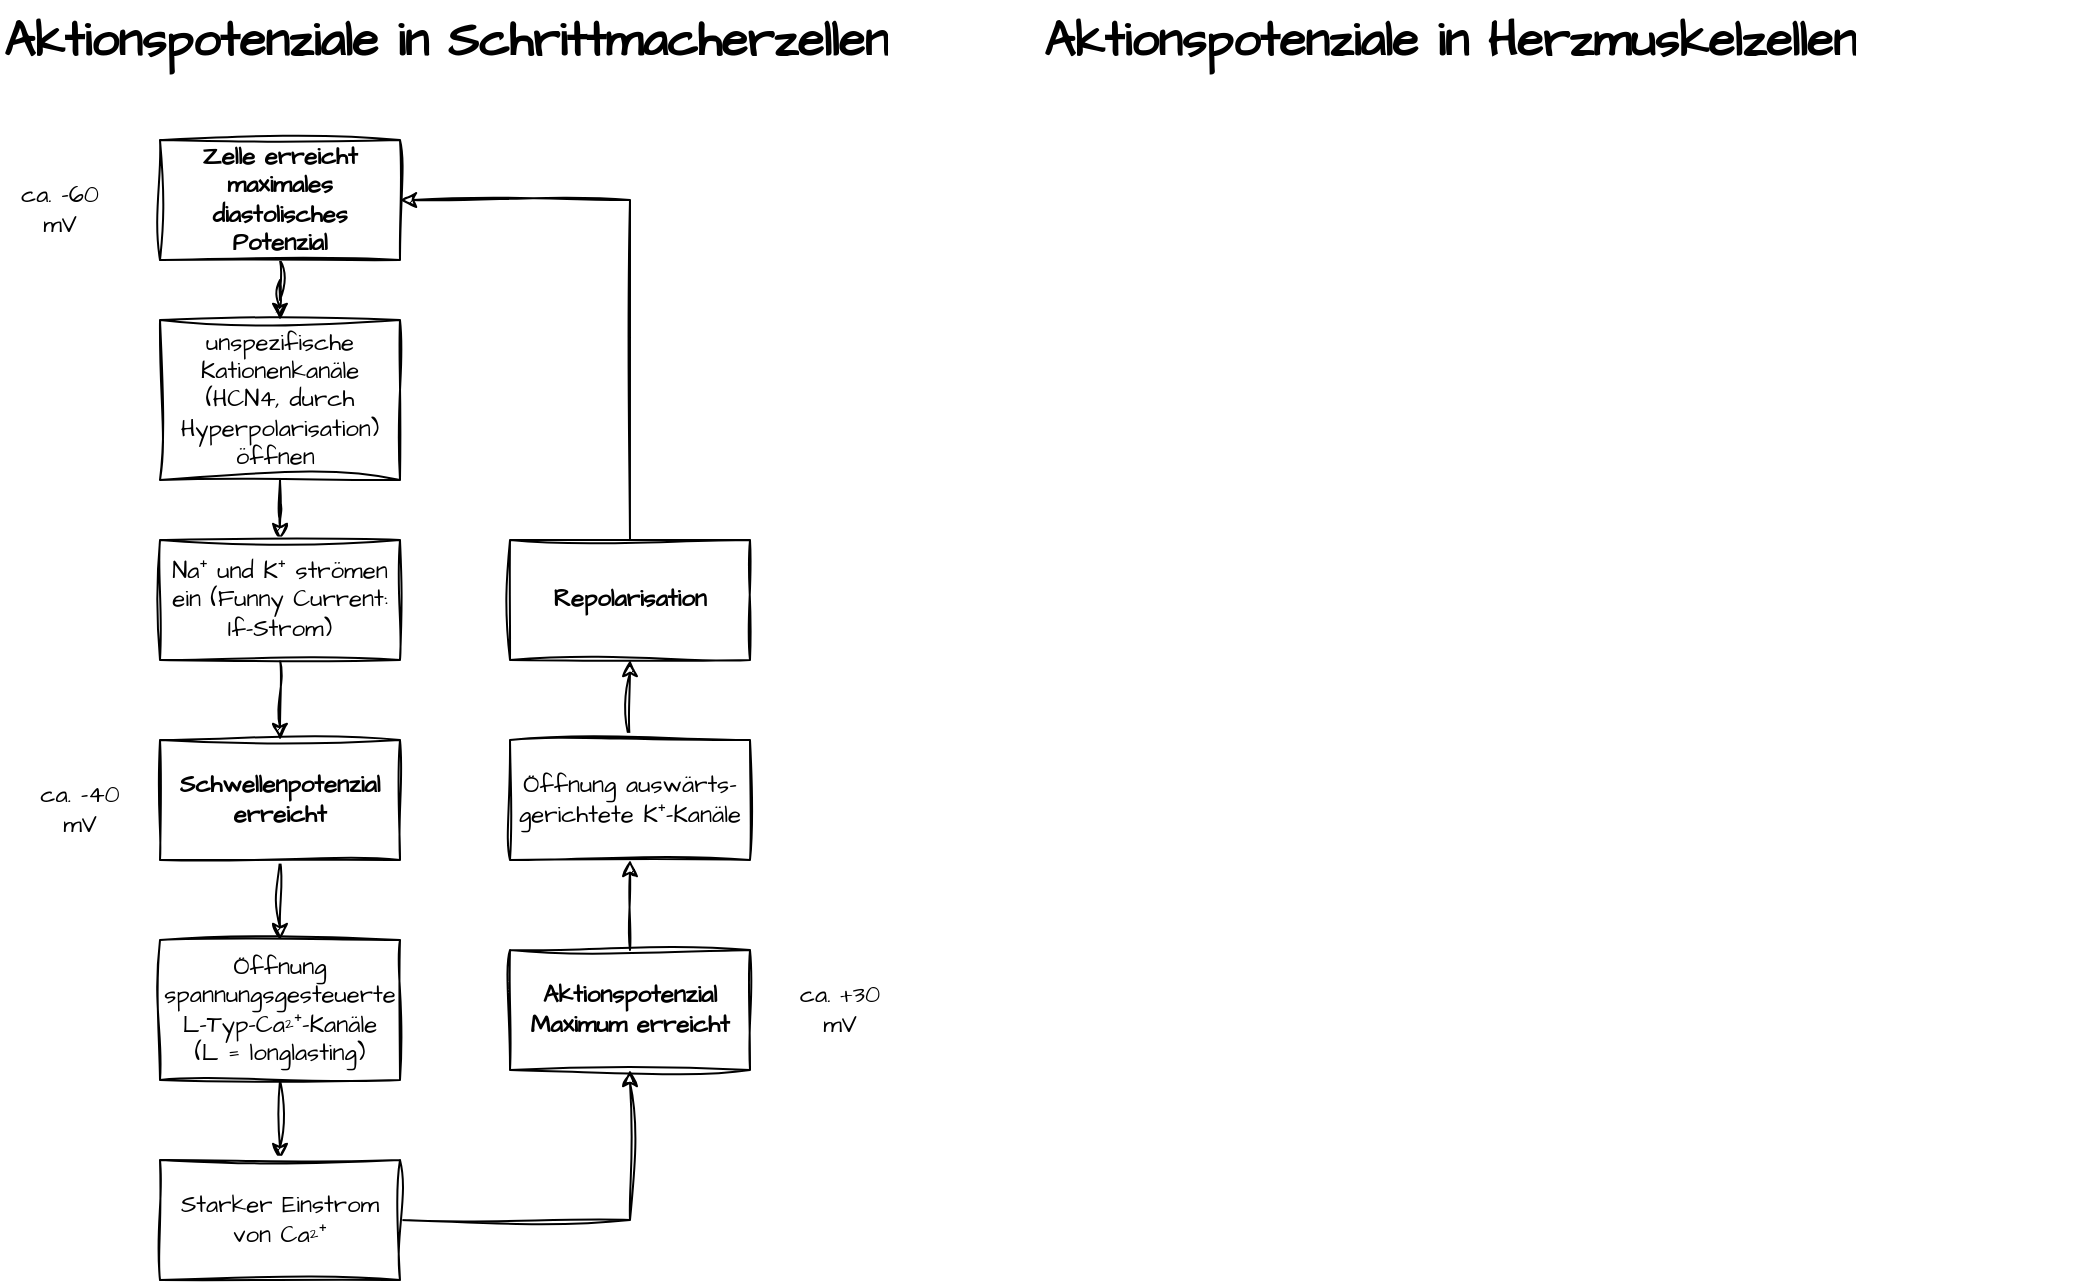
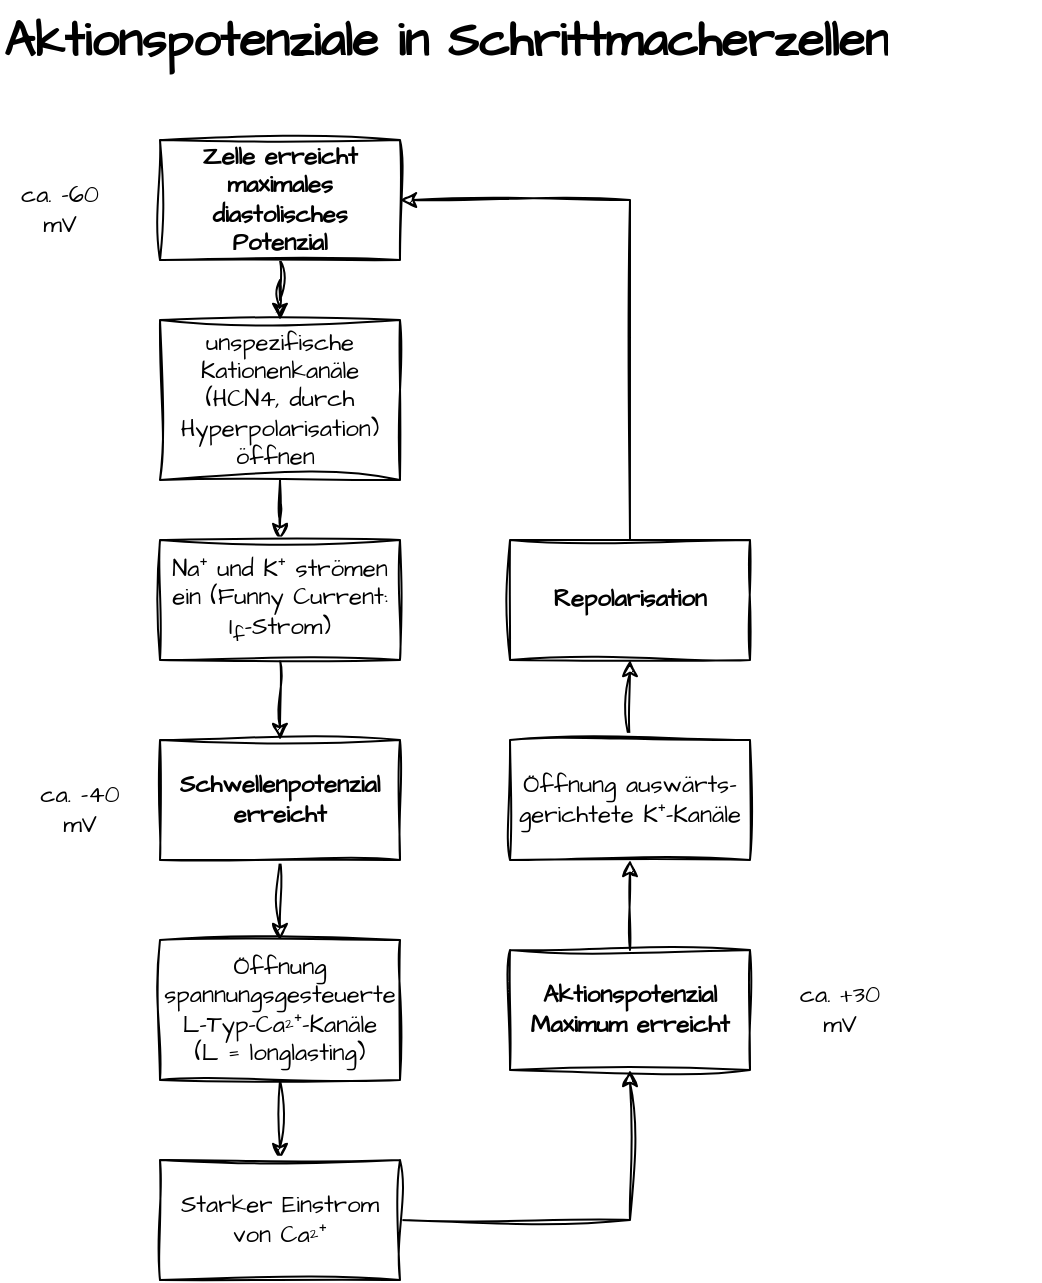
- <mxfile host="app.diagrams.net">
+ <mxfile host="app.diagrams.net" pages="2">
  <diagram name="Schrittmacherzellen" id="J2O2VLIk1TTmUUXB8McG">
-     <mxGraphModel dx="1372" dy="834" grid="1" gridSize="10" guides="1" tooltips="1" connect="1" arrows="1" fold="1" page="1" pageScale="1" pageWidth="1169" pageHeight="827" math="0" shadow="0">
+     <mxGraphModel dx="2332" dy="1418" grid="1" gridSize="10" guides="1" tooltips="1" connect="1" arrows="1" fold="1" page="1" pageScale="1" pageWidth="1169" pageHeight="827" math="0" shadow="0">
      <root>
        <mxCell id="0" />
        <mxCell id="1" parent="0" />
        <mxCell id="u8z77GUm19_cF35wcTu8-1" parent="1" style="text;html=1;whiteSpace=wrap;overflow=hidden;rounded=0;fontFamily=Architects Daughter;fontSource=https%3A%2F%2Ffonts.googleapis.com%2Fcss%3Ffamily%3DArchitects%2BDaughter;" value="&lt;h1 style=&quot;margin-top: 0px;&quot;&gt;Aktionspotenziale in Schrittmacherzellen&lt;/h1&gt;" vertex="1">
          <mxGeometry height="50" width="520" x="40" y="40" as="geometry" />
        </mxCell>
        <mxCell id="u8z77GUm19_cF35wcTu8-22" edge="1" parent="1" source="u8z77GUm19_cF35wcTu8-19" style="edgeStyle=orthogonalEdgeStyle;rounded=0;sketch=1;hachureGap=4;jiggle=2;curveFitting=1;orthogonalLoop=1;jettySize=auto;html=1;fontFamily=Architects Daughter;fontSource=https%3A%2F%2Ffonts.googleapis.com%2Fcss%3Ffamily%3DArchitects%2BDaughter;" target="u8z77GUm19_cF35wcTu8-20">
          <mxGeometry relative="1" as="geometry" />
        </mxCell>
        <mxCell id="u8z77GUm19_cF35wcTu8-19" parent="1" style="whiteSpace=wrap;html=1;sketch=1;hachureGap=4;jiggle=2;curveFitting=1;fontFamily=Architects Daughter;fontSource=https%3A%2F%2Ffonts.googleapis.com%2Fcss%3Ffamily%3DArchitects%2BDaughter;fontStyle=1" value="Zelle erreicht maximales diastolisches Potenzial" vertex="1">
          <mxGeometry height="60" width="120" x="120" y="110" as="geometry" />
        </mxCell>
        <mxCell id="u8z77GUm19_cF35wcTu8-23" edge="1" parent="1" source="u8z77GUm19_cF35wcTu8-20" style="edgeStyle=orthogonalEdgeStyle;rounded=0;sketch=1;hachureGap=4;jiggle=2;curveFitting=1;orthogonalLoop=1;jettySize=auto;html=1;fontFamily=Architects Daughter;fontSource=https%3A%2F%2Ffonts.googleapis.com%2Fcss%3Ffamily%3DArchitects%2BDaughter;" target="u8z77GUm19_cF35wcTu8-21">
          <mxGeometry relative="1" as="geometry" />
        </mxCell>
        <mxCell id="u8z77GUm19_cF35wcTu8-20" parent="1" style="whiteSpace=wrap;html=1;sketch=1;hachureGap=4;jiggle=2;curveFitting=1;fontFamily=Architects Daughter;fontSource=https%3A%2F%2Ffonts.googleapis.com%2Fcss%3Ffamily%3DArchitects%2BDaughter;" value="unspezifische Kationenkanäle (HCN4, durch Hyperpolarisation) öffnen&amp;nbsp;" vertex="1">
          <mxGeometry height="80" width="120" x="120" y="200" as="geometry" />
        </mxCell>
        <mxCell id="u8z77GUm19_cF35wcTu8-25" edge="1" parent="1" source="u8z77GUm19_cF35wcTu8-21" style="edgeStyle=orthogonalEdgeStyle;rounded=0;sketch=1;hachureGap=4;jiggle=2;curveFitting=1;orthogonalLoop=1;jettySize=auto;html=1;fontFamily=Architects Daughter;fontSource=https%3A%2F%2Ffonts.googleapis.com%2Fcss%3Ffamily%3DArchitects%2BDaughter;" target="u8z77GUm19_cF35wcTu8-24">
          <mxGeometry relative="1" as="geometry" />
        </mxCell>
-         <mxCell id="u8z77GUm19_cF35wcTu8-21" parent="1" style="whiteSpace=wrap;html=1;sketch=1;hachureGap=4;jiggle=2;curveFitting=1;fontFamily=Architects Daughter;fontSource=https%3A%2F%2Ffonts.googleapis.com%2Fcss%3Ffamily%3DArchitects%2BDaughter;" value="Na⁺ und K⁺ strömen ein (Funny Current: If-Strom)" vertex="1">
+         <mxCell id="u8z77GUm19_cF35wcTu8-21" parent="1" style="whiteSpace=wrap;html=1;sketch=1;hachureGap=4;jiggle=2;curveFitting=1;fontFamily=Architects Daughter;fontSource=https%3A%2F%2Ffonts.googleapis.com%2Fcss%3Ffamily%3DArchitects%2BDaughter;" value="Na⁺ und K⁺ strömen ein (Funny Current: I&lt;sub&gt;f&lt;/sub&gt;-Strom)" vertex="1">
          <mxGeometry height="60" width="120" x="120" y="310" as="geometry" />
        </mxCell>
        <mxCell id="u8z77GUm19_cF35wcTu8-27" edge="1" parent="1" source="u8z77GUm19_cF35wcTu8-24" style="edgeStyle=orthogonalEdgeStyle;rounded=0;sketch=1;hachureGap=4;jiggle=2;curveFitting=1;orthogonalLoop=1;jettySize=auto;html=1;entryX=0.5;entryY=0;entryDx=0;entryDy=0;fontFamily=Architects Daughter;fontSource=https%3A%2F%2Ffonts.googleapis.com%2Fcss%3Ffamily%3DArchitects%2BDaughter;" target="u8z77GUm19_cF35wcTu8-26">
          <mxGeometry relative="1" as="geometry" />
        </mxCell>
        <mxCell id="u8z77GUm19_cF35wcTu8-24" parent="1" style="whiteSpace=wrap;html=1;sketch=1;hachureGap=4;jiggle=2;curveFitting=1;fontFamily=Architects Daughter;fontSource=https://fonts.googleapis.com/css?family=Architects+Daughter;fontStyle=1" value="Schwellenpotenzial erreicht" vertex="1">
          <mxGeometry height="60" width="120" x="120" y="410" as="geometry" />
        </mxCell>
        <mxCell id="u8z77GUm19_cF35wcTu8-29" edge="1" parent="1" source="u8z77GUm19_cF35wcTu8-26" style="edgeStyle=orthogonalEdgeStyle;rounded=0;sketch=1;hachureGap=4;jiggle=2;curveFitting=1;orthogonalLoop=1;jettySize=auto;html=1;fontFamily=Architects Daughter;fontSource=https%3A%2F%2Ffonts.googleapis.com%2Fcss%3Ffamily%3DArchitects%2BDaughter;" target="u8z77GUm19_cF35wcTu8-28">
          <mxGeometry relative="1" as="geometry" />
        </mxCell>
        <mxCell id="u8z77GUm19_cF35wcTu8-26" parent="1" style="whiteSpace=wrap;html=1;sketch=1;hachureGap=4;jiggle=2;curveFitting=1;fontFamily=Architects Daughter;fontSource=https%3A%2F%2Ffonts.googleapis.com%2Fcss%3Ffamily%3DArchitects%2BDaughter;" value="Öffnung spannungsgesteuerte L-Typ-Ca²⁺-Kanäle&lt;br&gt;(L = longlasting)" vertex="1">
          <mxGeometry height="70" width="120" x="120" y="510" as="geometry" />
        </mxCell>
        <mxCell id="u8z77GUm19_cF35wcTu8-31" edge="1" parent="1" source="u8z77GUm19_cF35wcTu8-28" style="edgeStyle=orthogonalEdgeStyle;rounded=0;sketch=1;hachureGap=4;jiggle=2;curveFitting=1;orthogonalLoop=1;jettySize=auto;html=1;entryX=0.5;entryY=1;entryDx=0;entryDy=0;fontFamily=Architects Daughter;fontSource=https%3A%2F%2Ffonts.googleapis.com%2Fcss%3Ffamily%3DArchitects%2BDaughter;" target="u8z77GUm19_cF35wcTu8-30">
          <mxGeometry relative="1" as="geometry" />
        </mxCell>
        <mxCell id="u8z77GUm19_cF35wcTu8-28" parent="1" style="whiteSpace=wrap;html=1;sketch=1;hachureGap=4;jiggle=2;curveFitting=1;fontFamily=Architects Daughter;fontSource=https%3A%2F%2Ffonts.googleapis.com%2Fcss%3Ffamily%3DArchitects%2BDaughter;" value="Starker Einstrom von Ca²⁺" vertex="1">
          <mxGeometry height="60" width="120" x="120" y="620" as="geometry" />
        </mxCell>
        <mxCell id="u8z77GUm19_cF35wcTu8-33" edge="1" parent="1" source="u8z77GUm19_cF35wcTu8-30" style="edgeStyle=orthogonalEdgeStyle;rounded=0;sketch=1;hachureGap=4;jiggle=2;curveFitting=1;orthogonalLoop=1;jettySize=auto;html=1;fontFamily=Architects Daughter;fontSource=https%3A%2F%2Ffonts.googleapis.com%2Fcss%3Ffamily%3DArchitects%2BDaughter;" target="u8z77GUm19_cF35wcTu8-32">
          <mxGeometry relative="1" as="geometry" />
        </mxCell>
        <mxCell id="u8z77GUm19_cF35wcTu8-30" parent="1" style="whiteSpace=wrap;html=1;sketch=1;hachureGap=4;jiggle=2;curveFitting=1;fontFamily=Architects Daughter;fontSource=https%3A%2F%2Ffonts.googleapis.com%2Fcss%3Ffamily%3DArchitects%2BDaughter;fontStyle=1" value="Aktionspotenzial Maximum erreicht" vertex="1">
          <mxGeometry height="60" width="120" x="295" y="515" as="geometry" />
        </mxCell>
        <mxCell id="u8z77GUm19_cF35wcTu8-35" edge="1" parent="1" source="u8z77GUm19_cF35wcTu8-32" style="edgeStyle=orthogonalEdgeStyle;rounded=0;sketch=1;hachureGap=4;jiggle=2;curveFitting=1;orthogonalLoop=1;jettySize=auto;html=1;fontFamily=Architects Daughter;fontSource=https%3A%2F%2Ffonts.googleapis.com%2Fcss%3Ffamily%3DArchitects%2BDaughter;" target="u8z77GUm19_cF35wcTu8-34">
          <mxGeometry relative="1" as="geometry" />
        </mxCell>
        <mxCell id="u8z77GUm19_cF35wcTu8-32" parent="1" style="whiteSpace=wrap;html=1;sketch=1;hachureGap=4;jiggle=2;curveFitting=1;fontFamily=Architects Daughter;fontSource=https%3A%2F%2Ffonts.googleapis.com%2Fcss%3Ffamily%3DArchitects%2BDaughter;" value="Öffnung auswärts-gerichtete K⁺-Kanäle" vertex="1">
          <mxGeometry height="60" width="120" x="295" y="410" as="geometry" />
        </mxCell>
        <mxCell id="u8z77GUm19_cF35wcTu8-36" edge="1" parent="1" source="u8z77GUm19_cF35wcTu8-34" style="edgeStyle=orthogonalEdgeStyle;rounded=0;sketch=1;hachureGap=4;jiggle=2;curveFitting=1;orthogonalLoop=1;jettySize=auto;html=1;entryX=1;entryY=0.5;entryDx=0;entryDy=0;fontFamily=Architects Daughter;fontSource=https%3A%2F%2Ffonts.googleapis.com%2Fcss%3Ffamily%3DArchitects%2BDaughter;exitX=0.5;exitY=0;exitDx=0;exitDy=0;" target="u8z77GUm19_cF35wcTu8-19">
          <mxGeometry relative="1" as="geometry" />
        </mxCell>
        <mxCell id="u8z77GUm19_cF35wcTu8-34" parent="1" style="whiteSpace=wrap;html=1;sketch=1;hachureGap=4;jiggle=2;curveFitting=1;fontFamily=Architects Daughter;fontSource=https%3A%2F%2Ffonts.googleapis.com%2Fcss%3Ffamily%3DArchitects%2BDaughter;fontStyle=1" value="Repolarisation" vertex="1">
          <mxGeometry height="60" width="120" x="295" y="310" as="geometry" />
        </mxCell>
        <mxCell id="u8z77GUm19_cF35wcTu8-4" parent="1" style="text;html=1;whiteSpace=wrap;strokeColor=none;fillColor=none;align=center;verticalAlign=middle;rounded=0;fontFamily=Architects Daughter;fontSource=https%3A%2F%2Ffonts.googleapis.com%2Fcss%3Ffamily%3DArchitects%2BDaughter;" value="ca. -60 mV" vertex="1">
          <mxGeometry height="30" width="60" x="40" y="130" as="geometry" />
        </mxCell>
        <mxCell id="u8z77GUm19_cF35wcTu8-7" parent="1" style="text;html=1;whiteSpace=wrap;strokeColor=none;fillColor=none;align=center;verticalAlign=middle;rounded=0;fontFamily=Architects Daughter;fontSource=https://fonts.googleapis.com/css?family=Architects+Daughter;" value="ca. -40 mV" vertex="1">
          <mxGeometry height="30" width="60" x="50" y="430" as="geometry" />
        </mxCell>
        <mxCell id="u8z77GUm19_cF35wcTu8-9" parent="1" style="text;html=1;whiteSpace=wrap;strokeColor=none;fillColor=none;align=center;verticalAlign=middle;rounded=0;fontFamily=Architects Daughter;fontSource=https://fonts.googleapis.com/css?family=Architects+Daughter;" value="ca. +30 mV" vertex="1">
          <mxGeometry height="30" width="60" x="430" y="530" as="geometry" />
        </mxCell>
-         <mxCell id="u8z77GUm19_cF35wcTu8-37" parent="1" style="text;html=1;whiteSpace=wrap;overflow=hidden;rounded=0;fontFamily=Architects Daughter;fontSource=https://fonts.googleapis.com/css?family=Architects+Daughter;" value="&lt;h1 style=&quot;margin-top: 0px;&quot;&gt;Aktionspotenziale in Herzmuskelzellen&lt;/h1&gt;" vertex="1">
-           <mxGeometry height="50" width="520" x="560" y="40" as="geometry" />
+       </root>
+     </mxGraphModel>
+   </diagram>
+   <diagram id="aWMW_7HKWDfy2Z9V-LdU" name="Seite-2">
+     <mxGraphModel dx="699" dy="434" grid="1" gridSize="10" guides="1" tooltips="1" connect="1" arrows="1" fold="1" page="1" pageScale="1" pageWidth="827" pageHeight="1169" math="0" shadow="0">
+       <root>
+         <mxCell id="0" />
+         <mxCell id="1" parent="0" />
+         <mxCell id="bfsqd2J05vb6rdniz-U5-1" parent="1" style="text;html=1;whiteSpace=wrap;overflow=hidden;rounded=0;fontFamily=Architects Daughter;fontSource=https://fonts.googleapis.com/css?family=Architects+Daughter;" value="&lt;h1 style=&quot;margin-top: 0px;&quot;&gt;Aktionspotenziale in Herzmuskelzellen&lt;/h1&gt;" vertex="1">
+           <mxGeometry height="50" width="520" x="136" y="30" as="geometry" />
+         </mxCell>
+         <mxCell id="bfsqd2J05vb6rdniz-U5-2" edge="1" parent="1" source="bfsqd2J05vb6rdniz-U5-3" style="edgeStyle=orthogonalEdgeStyle;rounded=0;sketch=1;hachureGap=4;jiggle=2;curveFitting=1;orthogonalLoop=1;jettySize=auto;html=1;fontFamily=Architects Daughter;fontSource=https://fonts.googleapis.com/css?family=Architects+Daughter;" target="bfsqd2J05vb6rdniz-U5-6">
+           <mxGeometry relative="1" as="geometry" />
+         </mxCell>
+         <mxCell id="bfsqd2J05vb6rdniz-U5-3" parent="1" style="whiteSpace=wrap;html=1;sketch=1;hachureGap=4;jiggle=2;curveFitting=1;fontFamily=Architects Daughter;fontSource=https://fonts.googleapis.com/css?family=Architects+Daughter;fontStyle=1" value="Zelle hat&lt;br&gt;Ruhepotenzial" vertex="1">
+           <mxGeometry height="60" width="120" x="206" y="95" as="geometry" />
+         </mxCell>
+         <mxCell id="bfsqd2J05vb6rdniz-U5-4" parent="1" style="text;html=1;whiteSpace=wrap;strokeColor=none;fillColor=none;align=center;verticalAlign=middle;rounded=0;fontFamily=Architects Daughter;fontSource=https://fonts.googleapis.com/css?family=Architects+Daughter;" value="ca. -80 mV" vertex="1">
+           <mxGeometry height="30" width="60" x="136" y="110" as="geometry" />
+         </mxCell>
+         <mxCell id="bfsqd2J05vb6rdniz-U5-5" edge="1" parent="1" source="bfsqd2J05vb6rdniz-U5-6" style="edgeStyle=orthogonalEdgeStyle;rounded=0;sketch=1;hachureGap=4;jiggle=2;curveFitting=1;orthogonalLoop=1;jettySize=auto;html=1;entryX=0.5;entryY=0;entryDx=0;entryDy=0;fontFamily=Architects Daughter;fontSource=https://fonts.googleapis.com/css?family=Architects+Daughter;" target="bfsqd2J05vb6rdniz-U5-8">
+           <mxGeometry relative="1" as="geometry" />
+         </mxCell>
+         <mxCell id="bfsqd2J05vb6rdniz-U5-6" parent="1" style="whiteSpace=wrap;html=1;sketch=1;hachureGap=4;jiggle=2;curveFitting=1;fontFamily=Architects Daughter;fontSource=https://fonts.googleapis.com/css?family=Architects+Daughter;" value="Fortgeleitete Erregung durch Nachbarzelle" vertex="1">
+           <mxGeometry height="60" width="120" x="206" y="185" as="geometry" />
+         </mxCell>
+         <mxCell id="bfsqd2J05vb6rdniz-U5-7" edge="1" parent="1" source="bfsqd2J05vb6rdniz-U5-8" style="edgeStyle=orthogonalEdgeStyle;rounded=0;sketch=1;hachureGap=4;jiggle=2;curveFitting=1;orthogonalLoop=1;jettySize=auto;html=1;fontFamily=Architects Daughter;fontSource=https://fonts.googleapis.com/css?family=Architects+Daughter;" target="bfsqd2J05vb6rdniz-U5-13">
+           <mxGeometry relative="1" as="geometry" />
+         </mxCell>
+         <mxCell id="bfsqd2J05vb6rdniz-U5-8" parent="1" style="rhombus;whiteSpace=wrap;html=1;sketch=1;hachureGap=4;jiggle=2;curveFitting=1;fontFamily=Architects Daughter;fontSource=https://fonts.googleapis.com/css?family=Architects+Daughter;" value="Schwellen-&lt;br&gt;potenzial&lt;br&gt;erreicht?" vertex="1">
+           <mxGeometry height="110" width="110" x="211" y="275" as="geometry" />
+         </mxCell>
+         <mxCell id="bfsqd2J05vb6rdniz-U5-9" parent="1" style="text;html=1;whiteSpace=wrap;strokeColor=none;fillColor=none;align=center;verticalAlign=middle;rounded=0;fontFamily=Architects Daughter;fontSource=https://fonts.googleapis.com/css?family=Architects+Daughter;" value="ca. -65 mV" vertex="1">
+           <mxGeometry height="30" width="60" x="136" y="315" as="geometry" />
+         </mxCell>
+         <mxCell id="bfsqd2J05vb6rdniz-U5-10" parent="1" style="text;html=1;whiteSpace=wrap;strokeColor=none;fillColor=none;align=center;verticalAlign=middle;rounded=0;fontFamily=Architects Daughter;fontSource=https://fonts.googleapis.com/css?family=Architects+Daughter;" value="Ja" vertex="1">
+           <mxGeometry height="30" width="60" x="261" y="384" as="geometry" />
+         </mxCell>
+         <mxCell id="bfsqd2J05vb6rdniz-U5-11" parent="1" style="text;html=1;whiteSpace=wrap;strokeColor=none;fillColor=none;align=center;verticalAlign=middle;rounded=0;fontFamily=Architects Daughter;fontSource=https://fonts.googleapis.com/css?family=Architects+Daughter;" value="&lt;div&gt;Phase 0:&lt;/div&gt;&lt;div&gt;schnelle Depolarisation&lt;/div&gt;" vertex="1">
+           <mxGeometry height="30" width="60" x="41" y="477.5" as="geometry" />
+         </mxCell>
+         <mxCell id="bfsqd2J05vb6rdniz-U5-12" edge="1" parent="1" source="bfsqd2J05vb6rdniz-U5-13" style="edgeStyle=orthogonalEdgeStyle;rounded=0;sketch=1;hachureGap=4;jiggle=2;curveFitting=1;orthogonalLoop=1;jettySize=auto;html=1;fontFamily=Architects Daughter;fontSource=https://fonts.googleapis.com/css?family=Architects+Daughter;" target="bfsqd2J05vb6rdniz-U5-24">
+           <mxGeometry relative="1" as="geometry" />
+         </mxCell>
+         <mxCell id="bfsqd2J05vb6rdniz-U5-13" parent="1" style="whiteSpace=wrap;html=1;sketch=1;hachureGap=4;jiggle=2;curveFitting=1;fontFamily=Architects Daughter;fontSource=https://fonts.googleapis.com/css?family=Architects+Daughter;" value="Öffnung spannungsaktivierter Na⁺-Kanäle" vertex="1">
+           <mxGeometry height="60" width="120" x="206" y="415" as="geometry" />
+         </mxCell>
+         <mxCell id="bfsqd2J05vb6rdniz-U5-14" edge="1" parent="1" source="bfsqd2J05vb6rdniz-U5-15" style="edgeStyle=orthogonalEdgeStyle;rounded=0;sketch=1;hachureGap=4;jiggle=2;curveFitting=1;orthogonalLoop=1;jettySize=auto;html=1;fontFamily=Architects Daughter;fontSource=https://fonts.googleapis.com/css?family=Architects+Daughter;" target="bfsqd2J05vb6rdniz-U5-19">
+           <mxGeometry relative="1" as="geometry" />
+         </mxCell>
+         <mxCell id="bfsqd2J05vb6rdniz-U5-49" edge="1" parent="1" source="bfsqd2J05vb6rdniz-U5-15" style="edgeStyle=orthogonalEdgeStyle;rounded=0;sketch=1;hachureGap=4;jiggle=2;curveFitting=1;orthogonalLoop=1;jettySize=auto;html=1;entryX=0.5;entryY=0;entryDx=0;entryDy=0;fontFamily=Architects Daughter;fontSource=https%3A%2F%2Ffonts.googleapis.com%2Fcss%3Ffamily%3DArchitects%2BDaughter;" target="bfsqd2J05vb6rdniz-U5-28">
+           <mxGeometry relative="1" as="geometry">
+             <Array as="points">
+               <mxPoint x="266" y="670" />
+               <mxPoint x="360" y="670" />
+               <mxPoint x="360" y="790" />
+               <mxPoint x="260" y="790" />
+             </Array>
+           </mxGeometry>
+         </mxCell>
+         <mxCell id="bfsqd2J05vb6rdniz-U5-52" edge="1" parent="1" source="bfsqd2J05vb6rdniz-U5-15" style="edgeStyle=orthogonalEdgeStyle;rounded=0;sketch=1;hachureGap=4;jiggle=2;curveFitting=1;orthogonalLoop=1;jettySize=auto;html=1;entryX=0.5;entryY=0;entryDx=0;entryDy=0;fontFamily=Architects Daughter;fontSource=https%3A%2F%2Ffonts.googleapis.com%2Fcss%3Ffamily%3DArchitects%2BDaughter;" target="bfsqd2J05vb6rdniz-U5-22">
+           <mxGeometry relative="1" as="geometry">
+             <Array as="points">
+               <mxPoint x="266" y="670" />
+               <mxPoint x="350" y="670" />
+               <mxPoint x="350" y="790" />
+               <mxPoint x="411" y="790" />
+             </Array>
+           </mxGeometry>
+         </mxCell>
+         <mxCell id="bfsqd2J05vb6rdniz-U5-15" parent="1" style="whiteSpace=wrap;html=1;sketch=1;hachureGap=4;jiggle=2;curveFitting=1;fontFamily=Architects Daughter;fontSource=https://fonts.googleapis.com/css?family=Architects+Daughter;fontStyle=1" value="schnelle Depolarisation" vertex="1">
+           <mxGeometry height="60" width="120" x="206" y="595" as="geometry" />
+         </mxCell>
+         <mxCell id="bfsqd2J05vb6rdniz-U5-16" parent="1" style="text;html=1;whiteSpace=wrap;strokeColor=none;fillColor=none;align=center;verticalAlign=middle;rounded=0;fontFamily=Architects Daughter;fontSource=https://fonts.googleapis.com/css?family=Architects+Daughter;" value="bis ca. +30 mV" vertex="1">
+           <mxGeometry height="30" width="60" x="136" y="610" as="geometry" />
+         </mxCell>
+         <mxCell id="bfsqd2J05vb6rdniz-U5-17" parent="1" style="shape=curlyBracket;whiteSpace=wrap;html=1;rounded=1;labelPosition=left;verticalLabelPosition=middle;align=right;verticalAlign=middle;sketch=1;hachureGap=4;jiggle=2;curveFitting=1;fontFamily=Architects Daughter;fontSource=https://fonts.googleapis.com/css?family=Architects+Daughter;" value="" vertex="1">
+           <mxGeometry height="255" width="20" x="116" y="410" as="geometry" />
+         </mxCell>
+         <mxCell id="bfsqd2J05vb6rdniz-U5-19" parent="1" style="whiteSpace=wrap;html=1;sketch=1;hachureGap=4;jiggle=2;curveFitting=1;fontFamily=Architects Daughter;fontSource=https://fonts.googleapis.com/css?family=Architects+Daughter;fontStyle=1" value="partielle Repolarisation durch K⁺-Auswärtsstrom I&lt;sub&gt;to (transient outward)&lt;/sub&gt;" vertex="1">
+           <mxGeometry height="85" width="120" x="206" y="685" as="geometry" />
+         </mxCell>
+         <mxCell id="bfsqd2J05vb6rdniz-U5-20" parent="1" style="text;html=1;whiteSpace=wrap;strokeColor=none;fillColor=none;align=center;verticalAlign=middle;rounded=0;fontFamily=Architects Daughter;fontSource=https://fonts.googleapis.com/css?family=Architects+Daughter;" value="Phase 1:&lt;br&gt;initiale Repolarisation" vertex="1">
+           <mxGeometry height="30" width="60" x="41" y="700" as="geometry" />
+         </mxCell>
+         <mxCell id="bfsqd2J05vb6rdniz-U5-21" edge="1" parent="1" source="bfsqd2J05vb6rdniz-U5-22" style="edgeStyle=orthogonalEdgeStyle;rounded=0;sketch=1;hachureGap=4;jiggle=2;curveFitting=1;orthogonalLoop=1;jettySize=auto;html=1;fontFamily=Architects Daughter;fontSource=https://fonts.googleapis.com/css?family=Architects+Daughter;exitX=0.5;exitY=1;exitDx=0;exitDy=0;" target="bfsqd2J05vb6rdniz-U5-26">
+           <mxGeometry relative="1" as="geometry" />
+         </mxCell>
+         <mxCell id="bfsqd2J05vb6rdniz-U5-22" parent="1" style="whiteSpace=wrap;html=1;sketch=1;hachureGap=4;jiggle=2;curveFitting=1;fontFamily=Architects Daughter;fontSource=https://fonts.googleapis.com/css?family=Architects+Daughter;" value="Öffnung spannungs-gesteuerter L-Typ-Ca²⁺-Kanäle" vertex="1">
+           <mxGeometry height="60" width="120" x="351" y="815" as="geometry" />
+         </mxCell>
+         <mxCell id="bfsqd2J05vb6rdniz-U5-23" edge="1" parent="1" source="bfsqd2J05vb6rdniz-U5-24" style="edgeStyle=orthogonalEdgeStyle;rounded=0;sketch=1;hachureGap=4;jiggle=2;curveFitting=1;orthogonalLoop=1;jettySize=auto;html=1;fontFamily=Architects Daughter;fontSource=https://fonts.googleapis.com/css?family=Architects+Daughter;" target="bfsqd2J05vb6rdniz-U5-15">
+           <mxGeometry relative="1" as="geometry" />
+         </mxCell>
+         <mxCell id="bfsqd2J05vb6rdniz-U5-24" parent="1" style="whiteSpace=wrap;html=1;sketch=1;hachureGap=4;jiggle=2;curveFitting=1;fontFamily=Architects Daughter;fontSource=https://fonts.googleapis.com/css?family=Architects+Daughter;" value="Na⁺-Einstrom" vertex="1">
+           <mxGeometry height="60" width="120" x="206" y="505" as="geometry" />
+         </mxCell>
+         <mxCell id="bfsqd2J05vb6rdniz-U5-39" edge="1" parent="1" source="bfsqd2J05vb6rdniz-U5-26" style="edgeStyle=orthogonalEdgeStyle;rounded=0;sketch=1;hachureGap=4;jiggle=2;curveFitting=1;orthogonalLoop=1;jettySize=auto;html=1;entryX=0.5;entryY=0;entryDx=0;entryDy=0;fontFamily=Architects Daughter;fontSource=https%3A%2F%2Ffonts.googleapis.com%2Fcss%3Ffamily%3DArchitects%2BDaughter;" target="bfsqd2J05vb6rdniz-U5-31">
+           <mxGeometry relative="1" as="geometry" />
+         </mxCell>
+         <mxCell id="bfsqd2J05vb6rdniz-U5-53" edge="1" parent="1" source="bfsqd2J05vb6rdniz-U5-26" style="edgeStyle=orthogonalEdgeStyle;rounded=0;sketch=1;hachureGap=4;jiggle=2;curveFitting=1;orthogonalLoop=1;jettySize=auto;html=1;entryX=0;entryY=0.5;entryDx=0;entryDy=0;fontFamily=Architects Daughter;fontSource=https%3A%2F%2Ffonts.googleapis.com%2Fcss%3Ffamily%3DArchitects%2BDaughter;" target="bfsqd2J05vb6rdniz-U5-35">
+           <mxGeometry relative="1" as="geometry" />
+         </mxCell>
+         <mxCell id="bfsqd2J05vb6rdniz-U5-54" edge="1" parent="1" source="bfsqd2J05vb6rdniz-U5-26" style="edgeStyle=orthogonalEdgeStyle;rounded=0;sketch=1;hachureGap=4;jiggle=2;curveFitting=1;orthogonalLoop=1;jettySize=auto;html=1;fontFamily=Architects Daughter;fontSource=https%3A%2F%2Ffonts.googleapis.com%2Fcss%3Ffamily%3DArchitects%2BDaughter;" target="bfsqd2J05vb6rdniz-U5-43">
+           <mxGeometry relative="1" as="geometry" />
+         </mxCell>
+         <mxCell id="bfsqd2J05vb6rdniz-U5-26" parent="1" style="whiteSpace=wrap;html=1;sketch=1;hachureGap=4;jiggle=2;curveFitting=1;fontFamily=Architects Daughter;fontSource=https://fonts.googleapis.com/css?family=Architects+Daughter;" value="Ca²⁺ strömt ein&amp;nbsp;&lt;br&gt;(I&lt;sub&gt;ca&lt;/sub&gt;-Strom)" vertex="1">
+           <mxGeometry height="60" width="120" x="351" y="900" as="geometry" />
+         </mxCell>
+         <mxCell id="bfsqd2J05vb6rdniz-U5-38" edge="1" parent="1" source="bfsqd2J05vb6rdniz-U5-28" style="edgeStyle=orthogonalEdgeStyle;rounded=0;sketch=1;hachureGap=4;jiggle=2;curveFitting=1;orthogonalLoop=1;jettySize=auto;html=1;entryX=0.5;entryY=0;entryDx=0;entryDy=0;fontFamily=Architects Daughter;fontSource=https%3A%2F%2Ffonts.googleapis.com%2Fcss%3Ffamily%3DArchitects%2BDaughter;" target="bfsqd2J05vb6rdniz-U5-30">
+           <mxGeometry relative="1" as="geometry" />
+         </mxCell>
+         <mxCell id="bfsqd2J05vb6rdniz-U5-40" edge="1" parent="1" source="bfsqd2J05vb6rdniz-U5-30" style="edgeStyle=orthogonalEdgeStyle;rounded=0;sketch=1;hachureGap=4;jiggle=2;curveFitting=1;orthogonalLoop=1;jettySize=auto;html=1;fontFamily=Architects Daughter;fontSource=https%3A%2F%2Ffonts.googleapis.com%2Fcss%3Ffamily%3DArchitects%2BDaughter;" target="bfsqd2J05vb6rdniz-U5-31">
+           <mxGeometry relative="1" as="geometry" />
+         </mxCell>
+         <mxCell id="bfsqd2J05vb6rdniz-U5-30" parent="1" style="whiteSpace=wrap;html=1;sketch=1;hachureGap=4;jiggle=2;curveFitting=1;fontFamily=Architects Daughter;fontSource=https://fonts.googleapis.com/css?family=Architects+Daughter;" value="Öffnung spannungsaktivierter K⁺-Kanäle&amp;nbsp;" vertex="1">
+           <mxGeometry height="60" width="120" x="200" y="900" as="geometry" />
+         </mxCell>
+         <mxCell id="bfsqd2J05vb6rdniz-U5-31" parent="1" style="whiteSpace=wrap;html=1;sketch=1;hachureGap=4;jiggle=2;curveFitting=1;fontFamily=Architects Daughter;fontSource=https://fonts.googleapis.com/css?family=Architects+Daughter;fontStyle=1" value="Gleichgewicht aus K⁺-Ausstrom und Ca²⁺-Einstrom" vertex="1">
+           <mxGeometry height="60" width="120" x="276" y="1005" as="geometry" />
+         </mxCell>
+         <mxCell id="bfsqd2J05vb6rdniz-U5-44" edge="1" parent="1" source="bfsqd2J05vb6rdniz-U5-35" style="edgeStyle=orthogonalEdgeStyle;rounded=0;sketch=1;hachureGap=4;jiggle=2;curveFitting=1;orthogonalLoop=1;jettySize=auto;html=1;fontFamily=Architects Daughter;fontSource=https%3A%2F%2Ffonts.googleapis.com%2Fcss%3Ffamily%3DArchitects%2BDaughter;" target="bfsqd2J05vb6rdniz-U5-43">
+           <mxGeometry relative="1" as="geometry" />
+         </mxCell>
+         <mxCell id="bfsqd2J05vb6rdniz-U5-35" parent="1" style="whiteSpace=wrap;html=1;sketch=1;hachureGap=4;jiggle=2;curveFitting=1;fontFamily=Architects Daughter;fontSource=https%3A%2F%2Ffonts.googleapis.com%2Fcss%3Ffamily%3DArchitects%2BDaughter;" value="Öffnung ryanodinsensitive Ca²⁺-Kanäle (RYR)" vertex="1">
+           <mxGeometry height="60" width="120" x="536" y="1005" as="geometry" />
+         </mxCell>
+         <mxCell id="bfsqd2J05vb6rdniz-U5-28" parent="1" style="whiteSpace=wrap;html=1;sketch=1;hachureGap=4;jiggle=2;curveFitting=1;fontFamily=Architects Daughter;fontSource=https://fonts.googleapis.com/css?family=Architects+Daughter;" value="Schließung K⁺-Kanäle des I&lt;sub&gt;to&lt;/sub&gt; Strom" vertex="1">
+           <mxGeometry height="60" width="120" x="200" y="815" as="geometry" />
+         </mxCell>
+         <mxCell id="bfsqd2J05vb6rdniz-U5-46" edge="1" parent="1" source="bfsqd2J05vb6rdniz-U5-43" style="edgeStyle=orthogonalEdgeStyle;rounded=0;sketch=1;hachureGap=4;jiggle=2;curveFitting=1;orthogonalLoop=1;jettySize=auto;html=1;fontFamily=Architects Daughter;fontSource=https%3A%2F%2Ffonts.googleapis.com%2Fcss%3Ffamily%3DArchitects%2BDaughter;" target="bfsqd2J05vb6rdniz-U5-45">
+           <mxGeometry relative="1" as="geometry" />
+         </mxCell>
+         <mxCell id="bfsqd2J05vb6rdniz-U5-43" parent="1" style="whiteSpace=wrap;html=1;sketch=1;hachureGap=4;jiggle=2;curveFitting=1;fontFamily=Architects Daughter;fontSource=https%3A%2F%2Ffonts.googleapis.com%2Fcss%3Ffamily%3DArchitects%2BDaughter;" value="Großer Einstrom Ca²⁺ in Zytosol" vertex="1">
+           <mxGeometry height="60" width="120" x="536" y="900" as="geometry" />
+         </mxCell>
+         <mxCell id="bfsqd2J05vb6rdniz-U5-45" parent="1" style="whiteSpace=wrap;html=1;sketch=1;hachureGap=4;jiggle=2;curveFitting=1;fontFamily=Architects Daughter;fontSource=https%3A%2F%2Ffonts.googleapis.com%2Fcss%3Ffamily%3DArchitects%2BDaughter;fontStyle=1" value="Kontraktion des&lt;br&gt;Myokards" vertex="1">
+           <mxGeometry height="60" width="120" x="536" y="800" as="geometry" />
+         </mxCell>
+         <mxCell id="bfsqd2J05vb6rdniz-U5-55" parent="1" style="shape=curlyBracket;whiteSpace=wrap;html=1;rounded=1;labelPosition=left;verticalLabelPosition=middle;align=right;verticalAlign=middle;sketch=1;hachureGap=4;jiggle=2;curveFitting=1;fontFamily=Architects Daughter;fontSource=https%3A%2F%2Ffonts.googleapis.com%2Fcss%3Ffamily%3DArchitects%2BDaughter;" value="" vertex="1">
+           <mxGeometry height="270" width="20" x="116" y="800" as="geometry" />
+         </mxCell>
+         <mxCell id="bfsqd2J05vb6rdniz-U5-90" parent="1" style="text;html=1;whiteSpace=wrap;strokeColor=none;fillColor=none;align=center;verticalAlign=middle;rounded=0;fontFamily=Architects Daughter;fontSource=https://fonts.googleapis.com/css?family=Architects+Daughter;" value="Phase 2: Plateauphase" vertex="1">
+           <mxGeometry height="30" width="60" x="50" y="915" as="geometry" />
+         </mxCell>
+         <mxCell id="bfsqd2J05vb6rdniz-U5-91" parent="1" style="text;html=1;whiteSpace=wrap;strokeColor=none;fillColor=none;align=center;verticalAlign=middle;rounded=0;fontFamily=Architects Daughter;fontSource=https://fonts.googleapis.com/css?family=Architects+Daughter;" value="wenige mV" vertex="1">
+           <mxGeometry height="30" width="60" x="136" y="700" as="geometry" />
        </mxCell>
      </root>
    </mxGraphModel>
  </diagram>
</mxfile>
